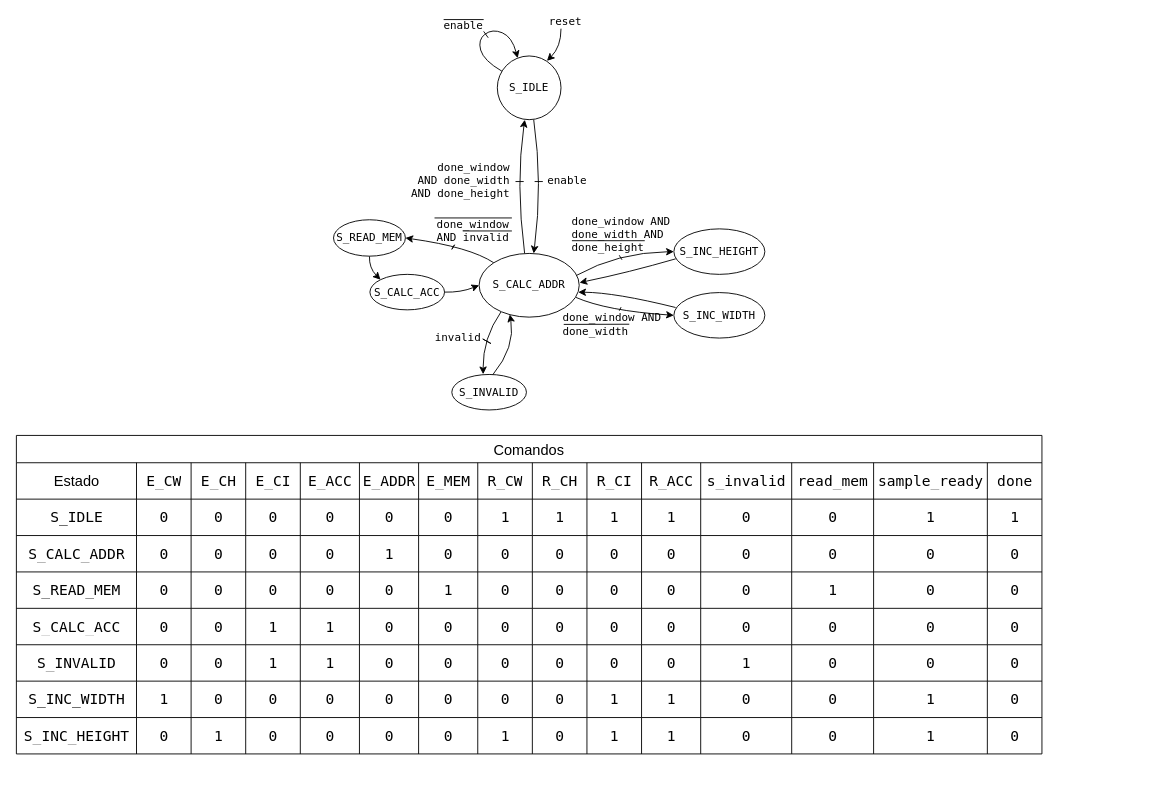
Earlier version of the draw.io diagram diagrams/fsm.drawio (matheushpmoreira/convolution_module). Source tidied: cells renumbered, new cells numbered last; positions are measured from the earlier drawing's top-left corner, leaving out a move shared by most shapes. Both pictures are drawn from the tidied source at 91%, with x=0, y=0 at pixel (16, 17).
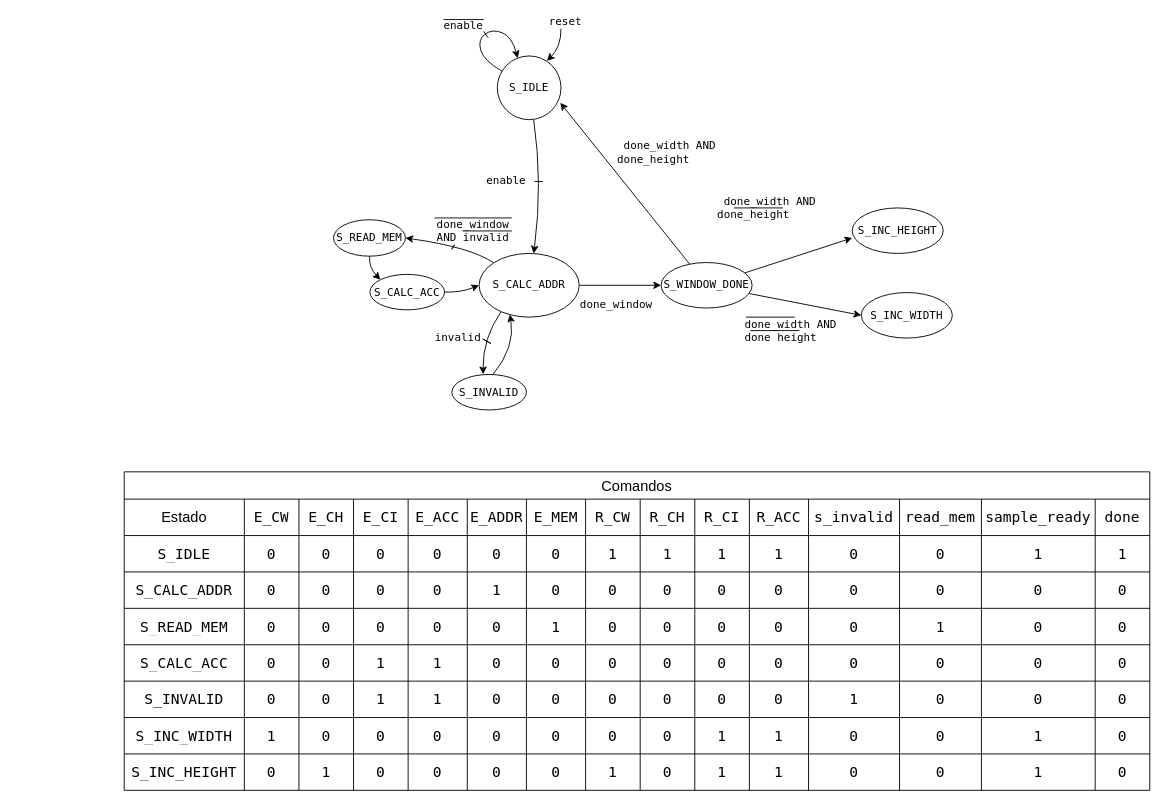
The same page after the edit.

The change refers to these unchanged cells:
```xml
<mxCell id="147" value="&lt;div&gt;S_IDLE&lt;/div&gt;" style="ellipse;whiteSpace=wrap;html=1;fontFamily=Lucida Console;" parent="1" vertex="1">
  <mxGeometry x="528" y="42" width="70" height="70" as="geometry" />
</mxCell>
<mxCell id="157" value="S_CALC_ADDR" style="ellipse;whiteSpace=wrap;html=1;fontFamily=Lucida Console;" parent="1" vertex="1">
  <mxGeometry x="508" y="259" width="110" height="70" as="geometry" />
</mxCell>
```

Change to the diagram source:
```diff
@@
-    <mxCell id="2" style="curved=1;endArrow=classic;html=1;rounded=0;entryX=0.431;entryY=1.001;entryDx=0;entryDy=0;entryPerimeter=0;" parent="1" edge="1" target="147">
-      <mxGeometry relative="1" as="geometry">
-        <mxPoint x="558" y="259" as="sourcePoint" />
-        <Array as="points">
-          <mxPoint x="548" y="182" />
-        </Array>
-      </mxGeometry>
-    </mxCell>
@@
     <mxCell id="8" value="enable" style="text;html=1;whiteSpace=wrap;strokeColor=none;fillColor=none;align=center;verticalAlign=middle;rounded=0;fontFamily=Lucida Console;" parent="1" vertex="1">
-      <mxGeometry x="583" y="172" width="44" height="13" as="geometry" />
+      <mxGeometry x="516" y="172" width="44" height="13" as="geometry" />
     </mxCell>
@@
-    <mxCell id="10" style="endArrow=none;html=1;rounded=0;" parent="1" edge="1">
-      <mxGeometry relative="1" as="geometry">
-        <mxPoint x="548" y="180" as="sourcePoint" />
-        <mxPoint x="557" y="180" as="targetPoint" />
-      </mxGeometry>
-    </mxCell>
-    <mxCell id="11" value="&lt;div&gt;done_window&lt;/div&gt;&lt;div&gt;AND done_width AND done_height&lt;/div&gt;" style="text;html=1;whiteSpace=wrap;strokeColor=none;fillColor=none;align=right;verticalAlign=middle;rounded=0;fontFamily=Lucida Console;" parent="1" vertex="1">
-      <mxGeometry x="427" y="155" width="117" height="47" as="geometry" />
-    </mxCell>
@@
-    <mxCell id="13" style="curved=1;endArrow=classic;html=1;rounded=0;entryX=0;entryY=0.5;entryDx=0;entryDy=0;exitX=0.965;exitY=0.689;exitDx=0;exitDy=0;exitPerimeter=0;" parent="1" edge="1" source="157" target="16">
-      <mxGeometry relative="1" as="geometry">
-        <Array as="points">
-          <mxPoint x="648" y="322" />
-        </Array>
-      </mxGeometry>
-    </mxCell>
-    <mxCell id="14" style="curved=1;endArrow=classic;html=1;rounded=0;entryX=1.003;entryY=0.458;entryDx=0;entryDy=0;entryPerimeter=0;exitX=0.021;exitY=0.658;exitDx=0;exitDy=0;exitPerimeter=0;" parent="1" edge="1" source="166" target="157">
-      <mxGeometry relative="1" as="geometry">
-        <Array as="points">
-          <mxPoint x="672" y="280" />
-        </Array>
-      </mxGeometry>
-    </mxCell>
-    <mxCell id="15" style="endArrow=none;html=1;rounded=0;" parent="1" edge="1">
-      <mxGeometry relative="1" as="geometry">
-        <mxPoint x="665" y="266" as="sourcePoint" />
-        <mxPoint x="662" y="261" as="targetPoint" />
-      </mxGeometry>
-    </mxCell>
     <mxCell id="16" value="S_INC_WIDTH" style="ellipse;whiteSpace=wrap;html=1;fontFamily=Lucida Console;" parent="1" vertex="1">
-      <mxGeometry x="722" y="302" width="100" height="50" as="geometry" />
+      <mxGeometry x="928" y="302" width="100" height="50" as="geometry" />
     </mxCell>
     <mxCell id="17" value="Comandos" style="shape=table;startSize=30;childLayout=tableLayout;strokeColor=default;fontSize=16;fontFamily=Helvetica;" parent="1" vertex="1">
-      <mxGeometry x="-0.5" y="459" width="1127" height="350" as="geometry" />
+      <mxGeometry x="118" y="499" width="1127" height="350" as="geometry" />
     </mxCell>
@@
     <mxCell id="151" style="group;align=left;" parent="1" vertex="1">
-      <mxGeometry x="598" y="322" width="110" height="30" as="geometry" />
+      <mxGeometry x="778" y="318" width="110" height="40" as="geometry" />
     </mxCell>
-    <mxCell id="152" value="&lt;div align=&quot;left&quot;&gt;done_window&amp;nbsp;AND done_width&lt;/div&gt;" style="text;html=1;whiteSpace=wrap;strokeColor=none;fillColor=none;align=left;verticalAlign=middle;rounded=0;fontFamily=Lucida Console;" parent="151" vertex="1">
-      <mxGeometry width="110" height="30" as="geometry" />
+    <mxCell id="152" value="&lt;div align=&quot;left&quot;&gt;done_width AND&lt;/div&gt;&lt;div align=&quot;left&quot;&gt;done height&lt;/div&gt;" style="text;html=1;whiteSpace=wrap;strokeColor=none;fillColor=none;align=left;verticalAlign=middle;rounded=0;fontFamily=Lucida Console;" parent="151" vertex="1">
+      <mxGeometry x="20" y="6" width="110" height="40" as="geometry" />
     </mxCell>
-    <mxCell id="153" style="endArrow=none;html=1;rounded=0;entryX=1;entryY=0;entryDx=0;entryDy=0;" parent="151" edge="1">
-      <mxGeometry relative="1" as="geometry">
-        <mxPoint x="3" y="15" as="sourcePoint" />
-        <mxPoint x="75" y="14.8" as="targetPoint" />
-      </mxGeometry>
-    </mxCell>
+    <mxCell id="175" style="endArrow=none;html=1;rounded=0;exitX=0;exitY=0;exitDx=0;exitDy=0;" parent="151" edge="1">
+      <mxGeometry relative="1" as="geometry">
+        <mxPoint x="23" y="11" as="sourcePoint" />
+        <mxPoint x="77" y="11" as="targetPoint" />
+      </mxGeometry>
+    </mxCell>
+    <mxCell id="176" style="endArrow=none;html=1;rounded=0;exitX=0;exitY=0;exitDx=0;exitDy=0;" parent="151" edge="1">
+      <mxGeometry relative="1" as="geometry">
+        <mxPoint x="28" y="25.8" as="sourcePoint" />
+        <mxPoint x="82" y="25.8" as="targetPoint" />
+      </mxGeometry>
+    </mxCell>
@@
+    <mxCell id="177" style="edgeStyle=none;html=1;entryX=0;entryY=0.5;entryDx=0;entryDy=0;" parent="1" edge="1" source="157" target="179">
+      <mxGeometry relative="1" as="geometry" />
+    </mxCell>
@@
-    <mxCell id="158" style="curved=1;endArrow=classic;html=1;rounded=0;exitX=0.975;exitY=0.343;exitDx=0;exitDy=0;entryX=0;entryY=0.5;entryDx=0;entryDy=0;exitPerimeter=0;" parent="1" edge="1" source="157" target="166">
-      <mxGeometry relative="1" as="geometry">
-        <Array as="points">
-          <mxPoint x="660" y="258" />
-        </Array>
-      </mxGeometry>
-    </mxCell>
-    <mxCell id="159" style="curved=1;endArrow=classic;html=1;rounded=0;entryX=0.99;entryY=0.608;entryDx=0;entryDy=0;entryPerimeter=0;exitX=0.019;exitY=0.328;exitDx=0;exitDy=0;exitPerimeter=0;" parent="1" edge="1" source="16" target="157">
-      <mxGeometry relative="1" as="geometry">
-        <Array as="points">
-          <mxPoint x="658" y="302" />
-        </Array>
-      </mxGeometry>
-    </mxCell>
-    <mxCell id="160" style="endArrow=none;html=1;rounded=0;" parent="1" edge="1">
-      <mxGeometry relative="1" as="geometry">
-        <mxPoint x="662" y="322" as="sourcePoint" />
-        <mxPoint x="664" y="318" as="targetPoint" />
-      </mxGeometry>
-    </mxCell>
@@
     <mxCell id="166" value="S_INC_HEIGHT" style="ellipse;whiteSpace=wrap;html=1;fontFamily=Lucida Console;" parent="1" vertex="1">
-      <mxGeometry x="722" y="232" width="100" height="50" as="geometry" />
+      <mxGeometry x="918" y="209" width="100" height="50" as="geometry" />
     </mxCell>
     <mxCell id="167" style="group;" parent="1" vertex="1">
-      <mxGeometry x="608" y="214" width="110" height="48" as="geometry" />
+      <mxGeometry x="658" y="124" width="120" height="48" as="geometry" />
     </mxCell>
-    <mxCell id="168" value="&lt;div&gt;done_window&amp;nbsp;AND done_width AND&lt;/div&gt;&lt;div&gt;done_height&lt;/div&gt;" style="text;html=1;whiteSpace=wrap;strokeColor=none;fillColor=none;align=left;verticalAlign=middle;rounded=0;fontFamily=Lucida Console;" parent="167" vertex="1">
-      <mxGeometry width="110" height="48" as="geometry" />
+    <mxCell id="168" value="&lt;div&gt;&amp;nbsp;done_width AND&lt;/div&gt;&lt;div&gt;done_height&lt;/div&gt;" style="text;html=1;whiteSpace=wrap;strokeColor=none;fillColor=none;align=left;verticalAlign=middle;rounded=0;fontFamily=Lucida Console;" parent="167" vertex="1">
+      <mxGeometry width="120" height="48" as="geometry" />
     </mxCell>
-    <mxCell id="169" style="endArrow=none;html=1;rounded=0;exitX=0;exitY=0;exitDx=0;exitDy=0;entryX=1;entryY=0;entryDx=0;entryDy=0;" parent="167" edge="1">
-      <mxGeometry relative="1" as="geometry">
-        <mxPoint x="2" y="31" as="sourcePoint" />
-        <mxPoint x="82" y="31" as="targetPoint" />
-      </mxGeometry>
-    </mxCell>
@@
+    <mxCell id="178" style="edgeStyle=none;html=1;entryX=0;entryY=0.5;entryDx=0;entryDy=0;" parent="1" edge="1" source="179" target="16">
+      <mxGeometry relative="1" as="geometry" />
+    </mxCell>
+    <mxCell id="179" value="S_WINDOW_DONE" style="ellipse;whiteSpace=wrap;html=1;fontFamily=Lucida Console;" parent="1" vertex="1">
+      <mxGeometry x="708" y="269" width="100" height="50" as="geometry" />
+    </mxCell>
+    <mxCell id="180" style="group;" parent="1" vertex="1">
+      <mxGeometry x="768" y="185" width="120" height="48" as="geometry" />
+    </mxCell>
+    <mxCell id="181" value="&lt;div&gt;&amp;nbsp;done_width AND&lt;/div&gt;&lt;div&gt;done_height&lt;/div&gt;" style="text;html=1;whiteSpace=wrap;strokeColor=none;fillColor=none;align=left;verticalAlign=middle;rounded=0;fontFamily=Lucida Console;" parent="180" vertex="1">
+      <mxGeometry width="120" height="48" as="geometry" />
+    </mxCell>
+    <mxCell id="182" style="endArrow=none;html=1;rounded=0;exitX=0;exitY=0;exitDx=0;exitDy=0;" parent="180" edge="1">
+      <mxGeometry relative="1" as="geometry">
+        <mxPoint x="20" y="24" as="sourcePoint" />
+        <mxPoint x="74" y="24" as="targetPoint" />
+      </mxGeometry>
+    </mxCell>
+    <mxCell id="183" style="edgeStyle=none;html=1;entryX=0;entryY=0.66;entryDx=0;entryDy=0;entryPerimeter=0;" parent="1" edge="1" source="179" target="166">
+      <mxGeometry relative="1" as="geometry" />
+    </mxCell>
+    <mxCell id="184" style="edgeStyle=none;html=1;entryX=0.988;entryY=0.735;entryDx=0;entryDy=0;entryPerimeter=0;" parent="1" edge="1" source="179" target="147">
+      <mxGeometry relative="1" as="geometry" />
+    </mxCell>
+    <mxCell id="185" style="group;" parent="1" vertex="1">
+      <mxGeometry x="609.5" y="292" width="98.5" height="48" as="geometry" />
+    </mxCell>
+    <mxCell id="186" value="&lt;div&gt;&amp;nbsp;done_window&lt;/div&gt;" style="text;html=1;whiteSpace=wrap;strokeColor=none;fillColor=none;align=left;verticalAlign=middle;rounded=0;fontFamily=Lucida Console;" parent="185" vertex="1">
+      <mxGeometry width="98.5" height="48" as="geometry" />
+    </mxCell>
```
